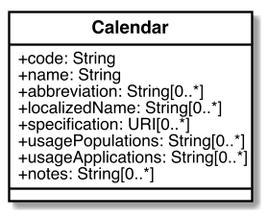
Before: images/system.png, a diagram exported from PlantUML (CalConnect/csd-calendar-systems).
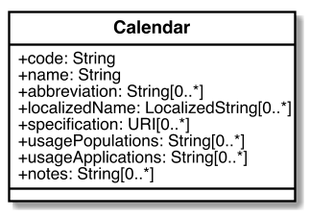
The same diagram one commit later.

Diff of the diagram source:
```diff
@@ -44,7 +44,7 @@
   +code: String
   +name: String
   +abbreviation: String[0..*]
-  +localizedName: String[0..*]
+  +localizedName: LocalizedString[0..*]
   +specification: URI[0..*]
   +usagePopulations: String[0..*]
   +usageApplications: String[0..*]
```
